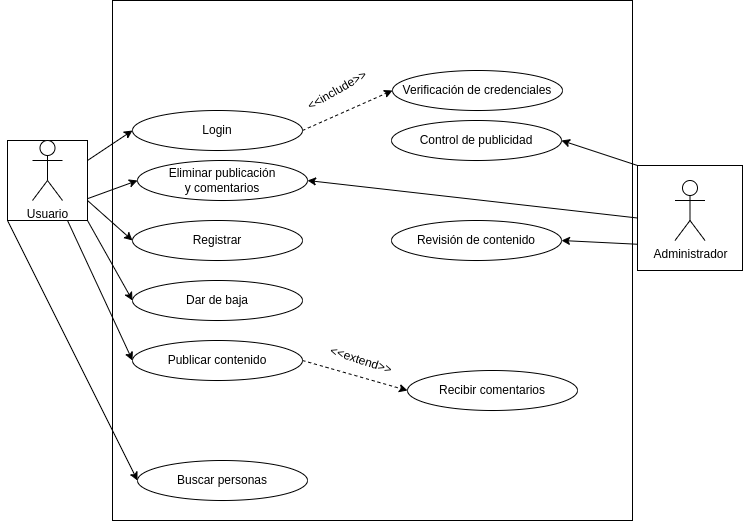
This is Casos-de-uso/Red-Social/diagrama.drawio.png from IsaiasTolP/Tareas_Markdown, a draw.io export, as it was before one commit. Source tidied: cells renumbered, new cells last; positions are measured from the earlier drawing's top-left corner, leaving out a move shared by most shapes.
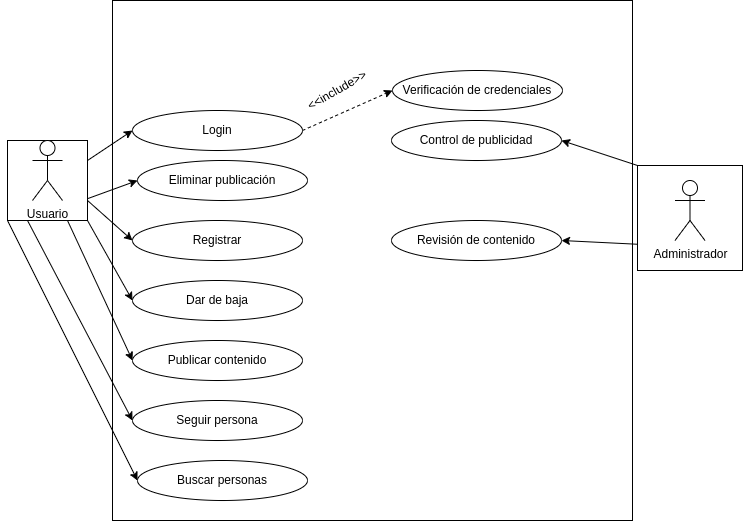
The same diagram one commit later.

Commit message:
Nuevos datos a la red social

The edit, as a diff of the source:
```diff
@@ -11,9 +11,6 @@
     <mxCell id="4" style="edgeStyle=none;html=1;exitX=0;exitY=0;exitDx=0;exitDy=0;entryX=1;entryY=0.5;entryDx=0;entryDy=0;" parent="1" edge="1" source="6" target="26">
       <mxGeometry relative="1" as="geometry" />
     </mxCell>
-    <mxCell id="5" style="edgeStyle=none;html=1;exitX=0;exitY=0.5;exitDx=0;exitDy=0;entryX=1;entryY=0.5;entryDx=0;entryDy=0;" parent="1" edge="1" source="6" target="16">
-      <mxGeometry relative="1" as="geometry" />
-    </mxCell>
     <mxCell id="6" style="whiteSpace=wrap;html=1;labelBackgroundColor=#FFFFFF;fontColor=#000000;" parent="1" vertex="1">
       <mxGeometry x="630" y="165" width="105" height="105" as="geometry" />
     </mxCell>
@@ -35,6 +32,9 @@
     <mxCell id="12" style="edgeStyle=none;html=1;exitX=0;exitY=1;exitDx=0;exitDy=0;entryX=0;entryY=0.5;entryDx=0;entryDy=0;" parent="1" edge="1" source="13" target="29">
       <mxGeometry relative="1" as="geometry" />
     </mxCell>
+    <mxCell id="30" style="edgeStyle=none;html=1;exitX=0.25;exitY=1;exitDx=0;exitDy=0;entryX=0;entryY=0.5;entryDx=0;entryDy=0;" parent="1" edge="1" source="13" target="31">
+      <mxGeometry relative="1" as="geometry" />
+    </mxCell>
     <mxCell id="13" style="whiteSpace=wrap;html=1;labelBackgroundColor=#FFFFFF;fontColor=#000000;" parent="1" vertex="1">
       <mxGeometry y="140" width="80" height="80" as="geometry" />
     </mxCell>
@@ -44,7 +44,7 @@
     <mxCell id="15" value="Administrador" style="shape=umlActor;verticalLabelPosition=bottom;verticalAlign=top;html=1;fontColor=#000000;" parent="1" vertex="1">
       <mxGeometry x="667.5" y="180" width="30" height="60" as="geometry" />
     </mxCell>
-    <mxCell id="16" value="Eliminar publicación&lt;br&gt;y comentarios" style="ellipse;whiteSpace=wrap;html=1;labelBackgroundColor=#FFFFFF;fontColor=#000000;" parent="1" vertex="1">
+    <mxCell id="16" value="Eliminar publicación" style="ellipse;whiteSpace=wrap;html=1;labelBackgroundColor=#FFFFFF;fontColor=#000000;" parent="1" vertex="1">
       <mxGeometry x="130" y="160" width="170" height="40" as="geometry" />
     </mxCell>
     <mxCell id="17" style="edgeStyle=none;html=1;exitX=1;exitY=0.5;exitDx=0;exitDy=0;entryX=0;entryY=0.5;entryDx=0;entryDy=0;fontColor=#000000;endArrow=classic;endFill=1;dashed=1;" parent="1" edge="1" source="18" target="19">
@@ -62,9 +62,6 @@
     <mxCell id="21" value="Dar de baja" style="ellipse;whiteSpace=wrap;html=1;labelBackgroundColor=#FFFFFF;fontColor=#000000;" parent="1" vertex="1">
       <mxGeometry x="125" y="280" width="170" height="40" as="geometry" />
     </mxCell>
-    <mxCell id="22" style="edgeStyle=none;html=1;exitX=1;exitY=0.5;exitDx=0;exitDy=0;entryX=0;entryY=0.5;entryDx=0;entryDy=0;dashed=1;" parent="1" edge="1" source="23" target="27">
-      <mxGeometry relative="1" as="geometry" />
-    </mxCell>
     <mxCell id="23" value="Publicar contenido" style="ellipse;whiteSpace=wrap;html=1;labelBackgroundColor=#FFFFFF;fontColor=#000000;" parent="1" vertex="1">
       <mxGeometry x="125" y="340" width="170" height="40" as="geometry" />
     </mxCell>
@@ -77,14 +74,11 @@
     <mxCell id="26" value="Control de publicidad" style="ellipse;whiteSpace=wrap;html=1;labelBackgroundColor=#FFFFFF;fontColor=#000000;" parent="1" vertex="1">
       <mxGeometry x="384" y="120" width="170" height="40" as="geometry" />
     </mxCell>
-    <mxCell id="27" value="Recibir comentarios" style="ellipse;whiteSpace=wrap;html=1;labelBackgroundColor=#FFFFFF;fontColor=#000000;" parent="1" vertex="1">
-      <mxGeometry x="400" y="370" width="170" height="40" as="geometry" />
-    </mxCell>
-    <mxCell id="28" value="&amp;lt;&amp;lt;extend&amp;gt;&amp;gt;" style="text;html=1;strokeColor=none;fillColor=none;align=center;verticalAlign=middle;whiteSpace=wrap;rounded=0;labelBackgroundColor=#FFFFFF;fontColor=#000000;rotation=18;" parent="1" vertex="1">
-      <mxGeometry x="324" y="345" width="60" height="30" as="geometry" />
-    </mxCell>
     <mxCell id="29" value="Buscar personas" style="ellipse;whiteSpace=wrap;html=1;labelBackgroundColor=#FFFFFF;fontColor=#000000;" parent="1" vertex="1">
       <mxGeometry x="130" y="460" width="170" height="40" as="geometry" />
     </mxCell>
+    <mxCell id="31" value="Seguir persona" style="ellipse;whiteSpace=wrap;html=1;labelBackgroundColor=#FFFFFF;fontColor=#000000;" parent="1" vertex="1">
+      <mxGeometry x="125" y="400" width="170" height="40" as="geometry" />
+    </mxCell>
   </root>
 </mxGraphModel>
```
